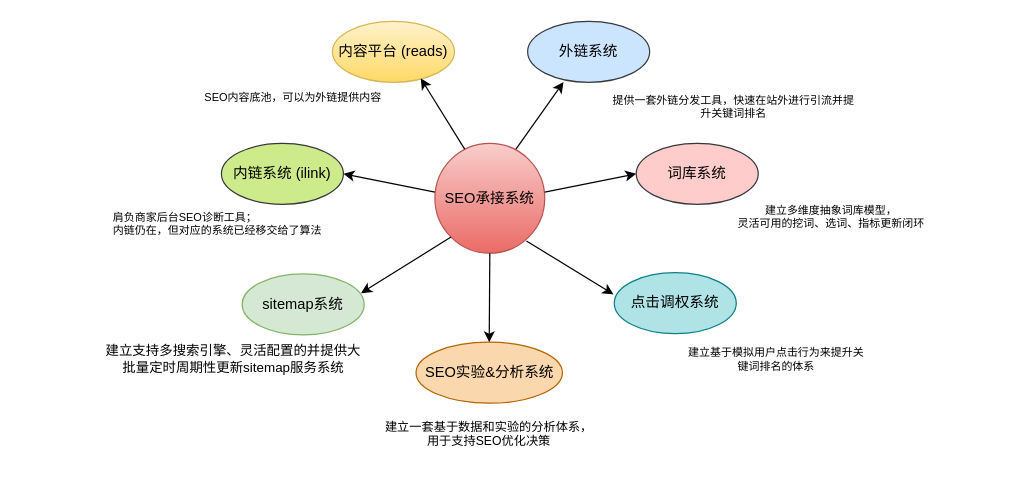
Above: SEO技术体系.drawio in kdoclg/git_study (draw.io), before the change. Source tidied: cells renumbered, new cells numbered last; positions are measured from the earlier drawing's top-left corner, leaving out a move shared by most shapes. Both pictures are drawn from the tidied source at 122%, with x=0, y=0 at pixel (71, 21).
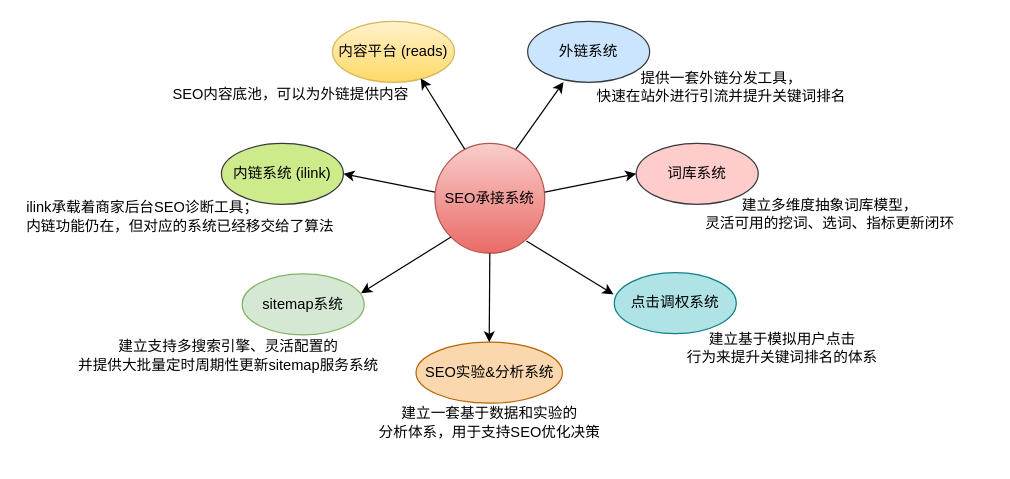
Above is the later version.

Commit message (it also covers changes not shown here):
更新SEO技术体系.drawio

The edit, as a diff of the source:
```diff
@@
-    <mxCell id="2" value="SEO承接系统" style="ellipse;whiteSpace=wrap;html=1;fillColor=#f8cecc;gradientColor=#ea6b66;strokeColor=#b85450;" parent="1" vertex="1">
+    <mxCell id="2" value="SEO承接系统" style="ellipse;whiteSpace=wrap;html=1;fillColor=#f8cecc;gradientColor=#ea6b66;strokeColor=#b85450;fontStyle=0;" parent="1" vertex="1">
       <mxGeometry x="298" y="100" width="90" height="90" as="geometry" />
     </mxCell>
-    <mxCell id="3" value="词库系统" style="ellipse;whiteSpace=wrap;html=1;fillColor=#ffcccc;strokeColor=#36393d;" parent="1" vertex="1">
+    <mxCell id="3" value="词库系统" style="ellipse;whiteSpace=wrap;html=1;fillColor=#ffcccc;strokeColor=#36393d;fontStyle=0;" parent="1" vertex="1">
       <mxGeometry x="463" y="100" width="100" height="50" as="geometry" />
     </mxCell>
-    <mxCell id="4" value="sitemap系统" style="ellipse;whiteSpace=wrap;html=1;fillColor=#d5e8d4;strokeColor=#82b366;" parent="1" vertex="1">
+    <mxCell id="4" value="sitemap系统" style="ellipse;whiteSpace=wrap;html=1;fillColor=#d5e8d4;strokeColor=#82b366;fontStyle=0;" parent="1" vertex="1">
       <mxGeometry x="140" y="207" width="100" height="50" as="geometry" />
     </mxCell>
-    <mxCell id="5" value="内链系统 (ilink)" style="ellipse;whiteSpace=wrap;html=1;fillColor=#cdeb8b;strokeColor=#36393d;" parent="1" vertex="1">
+    <mxCell id="5" value="内链系统 (ilink)" style="ellipse;whiteSpace=wrap;html=1;fillColor=#cdeb8b;strokeColor=#36393d;fontStyle=0;" parent="1" vertex="1">
       <mxGeometry x="123" y="100" width="100" height="50" as="geometry" />
     </mxCell>
-    <mxCell id="6" value="SEO实验&amp;amp;分析系统" style="ellipse;whiteSpace=wrap;html=1;fillColor=#fad7ac;strokeColor=#b46504;" parent="1" vertex="1">
+    <mxCell id="6" value="SEO实验&amp;amp;分析系统" style="ellipse;whiteSpace=wrap;html=1;fillColor=#fad7ac;strokeColor=#b46504;fontStyle=0;" parent="1" vertex="1">
       <mxGeometry x="282.5" y="263" width="120" height="50" as="geometry" />
     </mxCell>
-    <mxCell id="7" value="外链系统" style="ellipse;whiteSpace=wrap;html=1;fillColor=#cce5ff;strokeColor=#36393d;" parent="1" vertex="1">
+    <mxCell id="7" value="外链系统" style="ellipse;whiteSpace=wrap;html=1;fillColor=#cce5ff;strokeColor=#36393d;fontStyle=0;" parent="1" vertex="1">
       <mxGeometry x="374" width="100" height="50" as="geometry" />
     </mxCell>
-    <mxCell id="8" value="点击调权系统" style="ellipse;whiteSpace=wrap;html=1;fillColor=#b0e3e6;strokeColor=#0e8088;" parent="1" vertex="1">
+    <mxCell id="8" value="点击调权系统" style="ellipse;whiteSpace=wrap;html=1;fillColor=#b0e3e6;strokeColor=#0e8088;fontStyle=0;" parent="1" vertex="1">
       <mxGeometry x="445" y="206" width="100" height="50" as="geometry" />
     </mxCell>
-    <mxCell id="9" value="内容平台 (reads)" style="ellipse;whiteSpace=wrap;html=1;fillColor=#fff2cc;strokeColor=#d6b656;gradientColor=#ffd966;" parent="1" vertex="1">
+    <mxCell id="9" value="内容平台 (reads)" style="ellipse;whiteSpace=wrap;html=1;fillColor=#fff2cc;strokeColor=#d6b656;gradientColor=#ffd966;fontStyle=0;" parent="1" vertex="1">
       <mxGeometry x="214" width="100" height="50" as="geometry" />
     </mxCell>
-    <mxCell id="10" value="&lt;span style=&quot;text-align: right; background-color: initial; font-size: 9px;&quot;&gt;建立多维度抽象词库模型，&lt;/span&gt;&lt;br style=&quot;font-size: 9px;&quot;&gt;&lt;p style=&quot;line-height: 120%; margin-top: 0pt; margin-bottom: 0pt; text-align: right; direction: ltr; unicode-bidi: embed; word-break: normal; font-size: 9px;&quot;&gt;&lt;span style=&quot;font-size: 9px; background-color: initial;&quot;&gt;灵活可用的挖词、选词、指标更新闭环&lt;/span&gt;&lt;/p&gt;" style="text;html=1;strokeColor=none;fillColor=none;align=center;verticalAlign=middle;whiteSpace=wrap;rounded=0;fontSize=9;" parent="1" vertex="1">
-      <mxGeometry x="493" y="140" width="260" height="40" as="geometry" />
+    <mxCell id="10" value="&lt;span style=&quot;text-align: right; background-color: initial; font-size: 12px;&quot;&gt;建立多维度抽象词库模型，&lt;/span&gt;&lt;br style=&quot;font-size: 12px;&quot;&gt;&lt;p style=&quot;line-height: 120%; margin-top: 0pt; margin-bottom: 0pt; text-align: right; direction: ltr; unicode-bidi: embed; word-break: normal; font-size: 12px;&quot;&gt;&lt;span style=&quot;font-size: 12px; background-color: initial;&quot;&gt;灵活可用的挖词、选词、指标更新闭环&lt;/span&gt;&lt;/p&gt;" style="text;html=1;strokeColor=none;fillColor=none;align=center;verticalAlign=middle;whiteSpace=wrap;rounded=0;fontSize=12;" parent="1" vertex="1">
+      <mxGeometry x="512" y="138" width="220" height="40" as="geometry" />
     </mxCell>
-    <mxCell id="11" value="&lt;span style=&quot;font-size: 11px; text-align: left; background-color: initial;&quot;&gt;建立支持多搜索引擎、灵活配置的并提供大批量定时周期性更新&lt;/span&gt;&lt;span style=&quot;font-size: 11px; text-align: left; background-color: initial; font-family: Arial;&quot;&gt;sitemap&lt;/span&gt;&lt;span style=&quot;font-size: 11px; text-align: left; background-color: initial; font-family: 微软雅黑;&quot;&gt;服务系统&lt;/span&gt;" style="text;html=1;strokeColor=none;fillColor=none;align=center;verticalAlign=middle;whiteSpace=wrap;rounded=0;fontSize=9;" parent="1" vertex="1">
-      <mxGeometry x="23" y="257" width="220" height="40" as="geometry" />
+    <mxCell id="11" value="&lt;span style=&quot;font-size: 12px; text-align: left; background-color: initial;&quot;&gt;建立支持多搜索引擎、灵活配置的&lt;br style=&quot;font-size: 12px;&quot;&gt;并提供大批量定时周期性更新&lt;/span&gt;&lt;span style=&quot;font-size: 12px; text-align: left; background-color: initial; font-family: Arial;&quot;&gt;sitemap&lt;/span&gt;&lt;span style=&quot;font-size: 12px; text-align: left; background-color: initial; font-family: 微软雅黑;&quot;&gt;服务系统&lt;/span&gt;" style="text;html=1;strokeColor=none;fillColor=none;align=center;verticalAlign=middle;whiteSpace=wrap;rounded=0;fontSize=12;" parent="1" vertex="1">
+      <mxGeometry x="-1" y="254" width="260" height="40" as="geometry" />
     </mxCell>
-    <mxCell id="12" value="&lt;span style=&quot;text-align: left; background-color: initial;&quot;&gt;提供一套外链分发工具，快速在站外进行引流并提升关键词排名&lt;/span&gt;&lt;br&gt;" style="text;html=1;strokeColor=none;fillColor=none;align=center;verticalAlign=middle;whiteSpace=wrap;rounded=0;fontSize=9;" parent="1" vertex="1">
-      <mxGeometry x="443" y="50" width="200" height="40" as="geometry" />
+    <mxCell id="12" value="&lt;span style=&quot;text-align: left; background-color: initial; font-size: 12px;&quot;&gt;提供一套外链分发工具，&lt;br style=&quot;font-size: 12px;&quot;&gt;快速在站外进行引流并提升关键词排名&lt;/span&gt;" style="text;html=1;strokeColor=none;fillColor=none;align=center;verticalAlign=middle;whiteSpace=wrap;rounded=0;fontSize=12;" parent="1" vertex="1">
+      <mxGeometry x="423" y="34" width="220" height="40" as="geometry" />
     </mxCell>
-    <mxCell id="13" value="&lt;div style=&quot;text-align: left;&quot;&gt;肩负商家后台SEO诊断工具；&lt;/div&gt;&lt;div style=&quot;text-align: left;&quot;&gt;内链仍在，但对应的系统已经移交给了算法&lt;/div&gt;" style="text;html=1;strokeColor=none;fillColor=none;align=center;verticalAlign=middle;whiteSpace=wrap;rounded=0;fontSize=9;" parent="1" vertex="1">
-      <mxGeometry y="146" width="240" height="40" as="geometry" />
+    <mxCell id="13" value="&lt;div style=&quot;text-align: left; font-size: 12px;&quot;&gt;ilink承载着商家后台SEO诊断工具；&lt;/div&gt;&lt;div style=&quot;text-align: left; font-size: 12px;&quot;&gt;内链功能仍在，但对应的系统已经移交给了算法&lt;/div&gt;" style="text;html=1;strokeColor=none;fillColor=none;align=center;verticalAlign=middle;whiteSpace=wrap;rounded=0;fontSize=12;" parent="1" vertex="1">
+      <mxGeometry x="-41" y="140" width="261" height="40" as="geometry" />
     </mxCell>
-    <mxCell id="14" value="&lt;span style=&quot;font-family: 微软雅黑; background-color: initial;&quot;&gt;建立基于模拟用户点击行为来提升关键词排名的体系&lt;/span&gt;&lt;br&gt;" style="text;html=1;strokeColor=none;fillColor=none;align=center;verticalAlign=middle;whiteSpace=wrap;rounded=0;fontSize=9;" parent="1" vertex="1">
-      <mxGeometry x="503" y="257" width="150" height="40" as="geometry" />
+    <mxCell id="14" value="&lt;span style=&quot;font-family: 微软雅黑; background-color: initial; font-size: 12px;&quot;&gt;建立基于模拟用户点击&lt;br style=&quot;font-size: 12px;&quot;&gt;行为来提升关键词排名的体系&lt;/span&gt;" style="text;html=1;strokeColor=none;fillColor=none;align=center;verticalAlign=middle;whiteSpace=wrap;rounded=0;fontSize=12;" parent="1" vertex="1">
+      <mxGeometry x="498" y="248" width="170" height="40" as="geometry" />
     </mxCell>
-    <mxCell id="15" value="&lt;div&gt;&lt;font size=&quot;1&quot; face=&quot;微软雅黑&quot;&gt;建立一套基于数据和实验的分析体系，用于支持SEO优化决策&lt;/font&gt;&lt;/div&gt;" style="text;html=1;strokeColor=none;fillColor=none;align=center;verticalAlign=middle;whiteSpace=wrap;rounded=0;fontSize=9;" parent="1" vertex="1">
-      <mxGeometry x="255" y="318" width="175" height="40" as="geometry" />
+    <mxCell id="15" value="&lt;div style=&quot;font-size: 12px;&quot;&gt;&lt;font face=&quot;微软雅黑&quot; style=&quot;font-size: 12px;&quot;&gt;建立一套基于数据和实验的&lt;/font&gt;&lt;/div&gt;&lt;div style=&quot;font-size: 12px;&quot;&gt;&lt;font face=&quot;微软雅黑&quot; style=&quot;font-size: 12px;&quot;&gt;分析体系，用于支持SEO优化决策&lt;/font&gt;&lt;/div&gt;" style="text;html=1;strokeColor=none;fillColor=none;align=center;verticalAlign=middle;whiteSpace=wrap;rounded=0;fontSize=12;" parent="1" vertex="1">
+      <mxGeometry x="248.8" y="309" width="187.5" height="40" as="geometry" />
     </mxCell>
-    <mxCell id="16" value="&lt;span style=&quot;text-align: left; background-color: initial;&quot;&gt;SEO内容底池，可以为外链提供内容&lt;/span&gt;" style="text;html=1;strokeColor=none;fillColor=none;align=center;verticalAlign=middle;whiteSpace=wrap;rounded=0;fontSize=9;" parent="1" vertex="1">
-      <mxGeometry x="82" y="50" width="200" height="26" as="geometry" />
+    <mxCell id="16" value="&lt;span style=&quot;text-align: left; background-color: initial; font-size: 12px;&quot;&gt;SEO内容底池，可以为外链提供内容&lt;/span&gt;" style="text;html=1;strokeColor=none;fillColor=none;align=center;verticalAlign=middle;whiteSpace=wrap;rounded=0;fontSize=12;" parent="1" vertex="1">
+      <mxGeometry x="80" y="47" width="200" height="26" as="geometry" />
     </mxCell>
```
